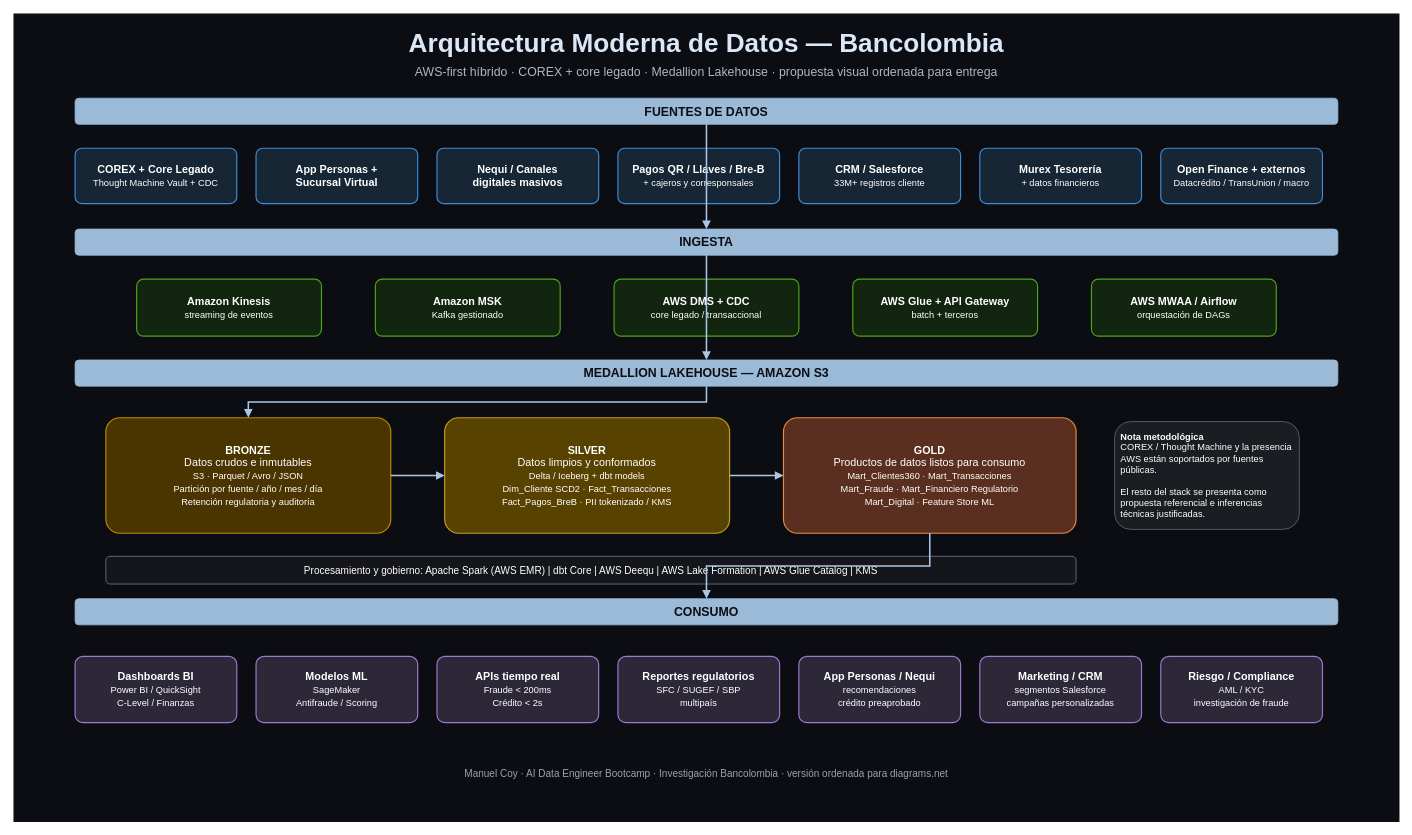
This is session-01/bancolombia_arquitectura.drawio from mcoy2025ia/DataHackers-AI-Data-Engineer, a draw.io file, before an edit. Source tidied: cells renumbered, new cells numbered last; positions are measured from the earlier drawing's top-left corner, leaving out a move shared by most shapes. Both pictures are drawn from the tidied source at 77%, with x=0, y=0 at pixel (13, 13).
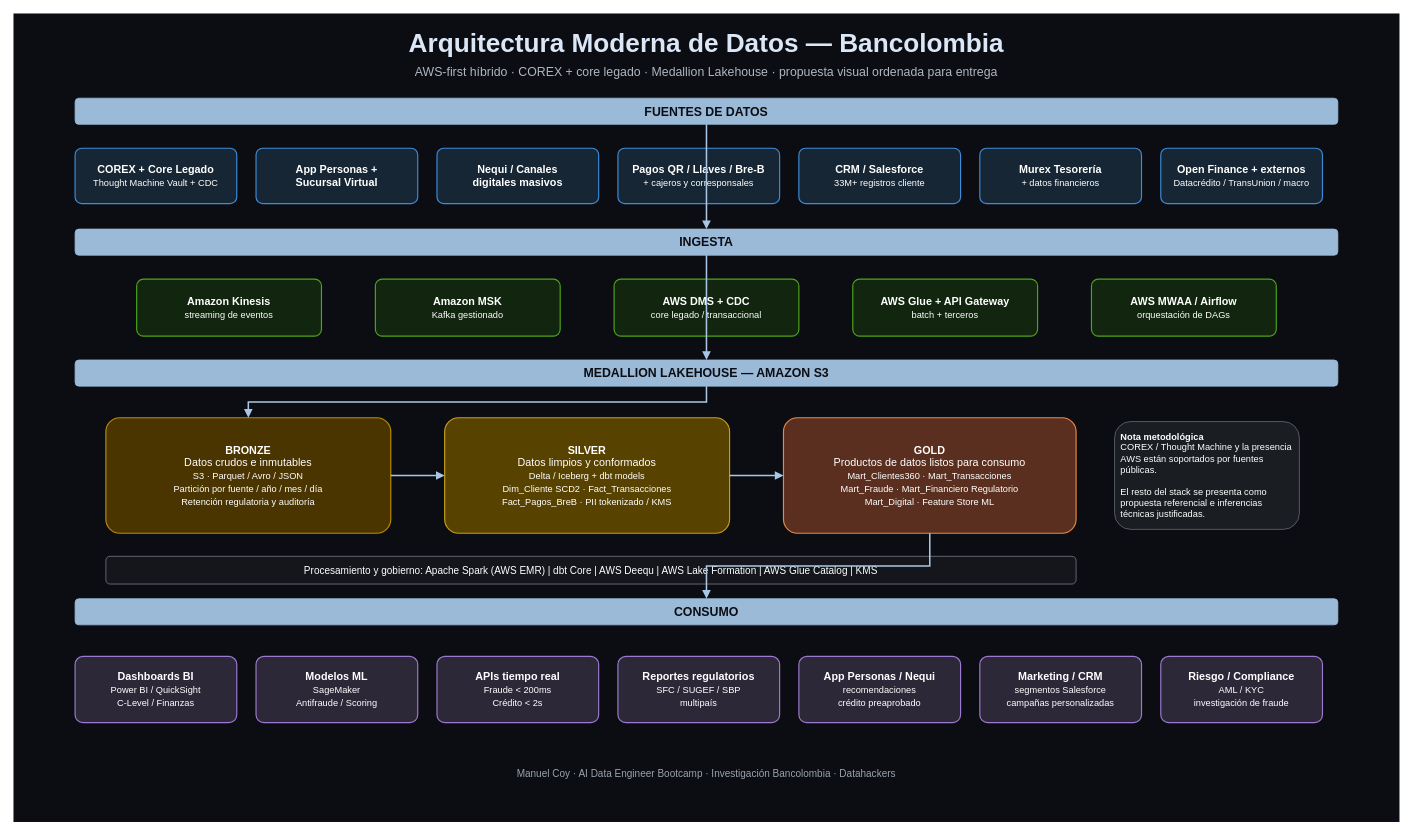
Above is the later version.

Change to the diagram source:
```diff
@@
-    <mxCell id="39" value="&lt;font style=&quot;font-size:13px;color:#9aa3ae;&quot;&gt;Manuel Coy · AI Data Engineer Bootcamp · Investigación Bancolombia · versión ordenada para diagrams.net&lt;/font&gt;" style="text;html=1;strokeColor=none;fillColor=none;align=center;verticalAlign=middle;whiteSpace=wrap;" parent="1" vertex="1">
+    <mxCell id="39" value="&lt;font style=&quot;font-size: 13px; color: rgb(154, 163, 174);&quot;&gt;Manuel Coy · AI Data Engineer Bootcamp · Investigación Bancolombia · Datahackers&lt;/font&gt;" style="text;html=1;strokeColor=none;fillColor=none;align=center;verticalAlign=middle;whiteSpace=wrap;" parent="1" vertex="1">
       <mxGeometry x="200" y="975" width="1400" height="24" as="geometry" />
     </mxCell>
```
